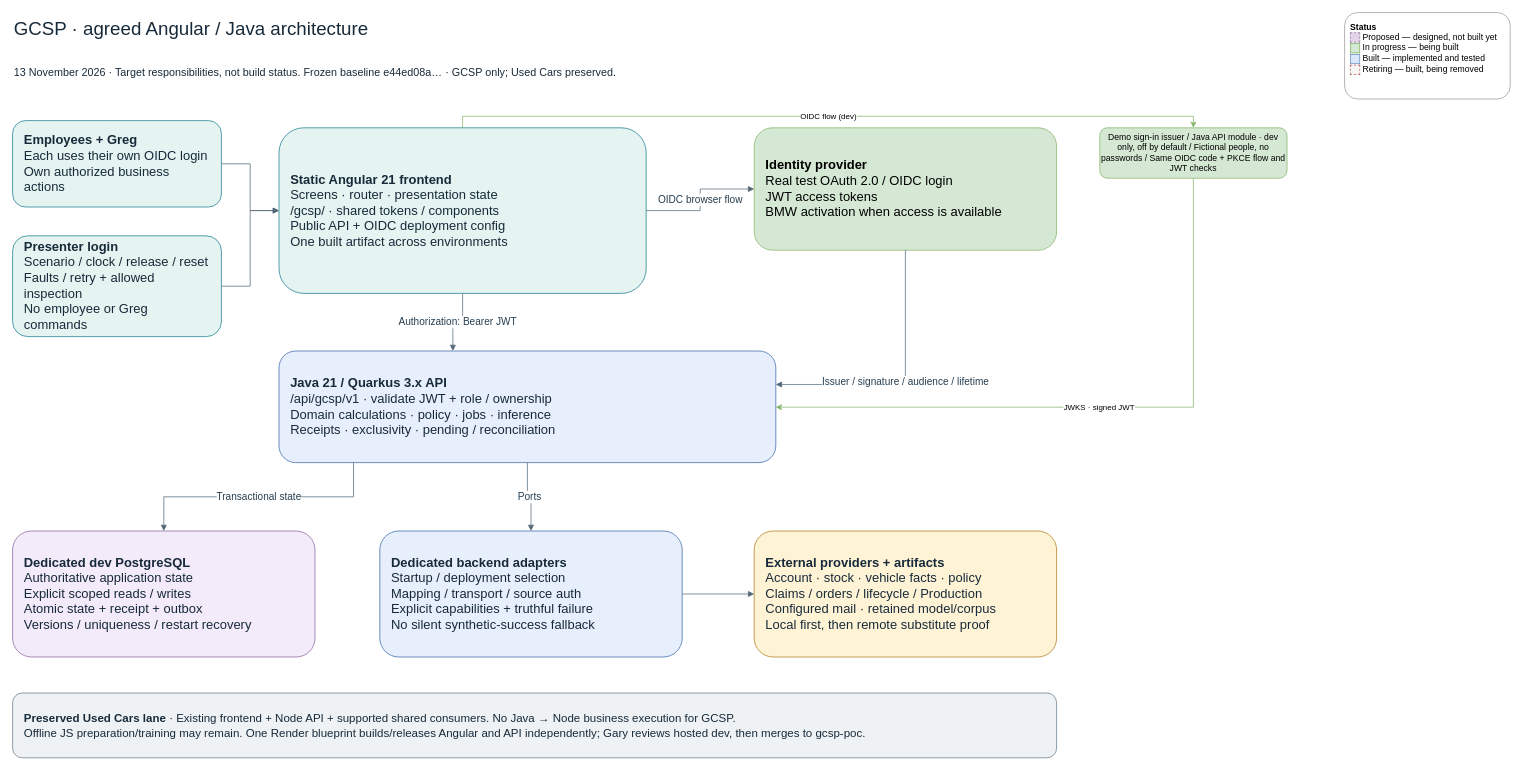
Above: page "00 GCSP architecture" (1 of 15) of docs/design/high-level-design.drawio in garyscarter-ibm/vehicle-matcher (draw.io), before the change. Source tidied: cells renumbered, new cells numbered last; positions are measured from the earlier drawing's top-left corner, leaving out a move shared by most shapes. Both pictures are drawn from the tidied source at 72%, with x=0, y=0 at pixel (12, 12).
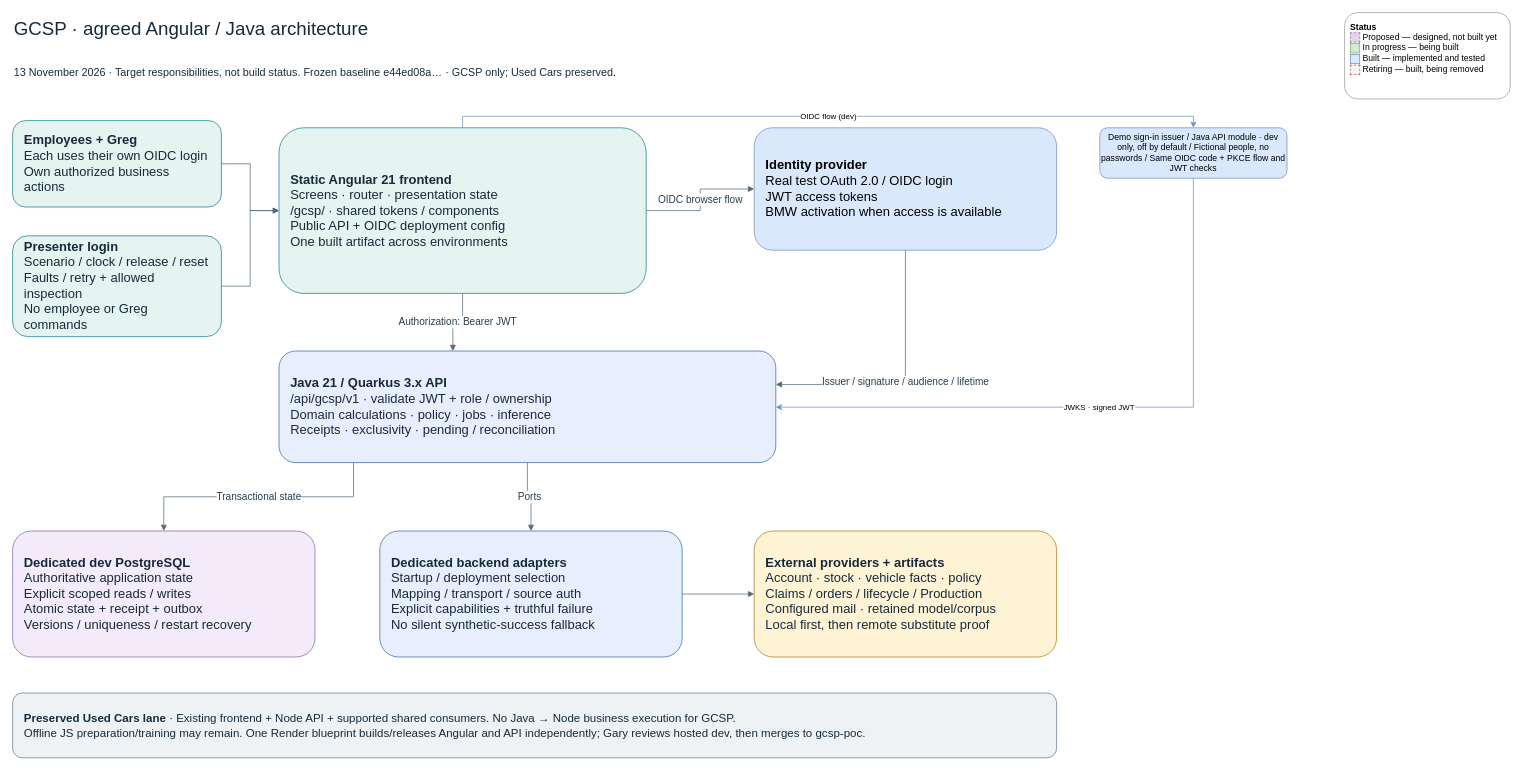
Above is the later version.

Commit message:
design: demo-sign-in built (FUCQ-532)

The change refers to these unchanged cells:
```xml
<mxCell id="6" value="&lt;b&gt;Static Angular 21 frontend&lt;/b&gt;&lt;br&gt;Screens · router · presentation state&lt;br&gt;/gcsp/ · shared tokens / components&lt;br&gt;Public API + OIDC deployment config&lt;br&gt;One built artifact across environments" style="rounded=1;whiteSpace=wrap;html=1;fillColor=#e5f3f1;strokeColor=#167d8d;fontColor=#172a3a;align=left;verticalAlign=middle;spacing=16;fontSize=18;" parent="1" vertex="1">
  <mxGeometry x="370" y="160" width="510" height="230" as="geometry" />
</mxCell>
<mxCell id="8" value="&lt;b&gt;Java 21 / Quarkus 3.x API&lt;/b&gt;&lt;br&gt;/api/gcsp/v1 · validate JWT + role / ownership&lt;br&gt;Domain calculations · policy · jobs · inference&lt;br&gt;Receipts · exclusivity · pending / reconciliation" style="rounded=1;whiteSpace=wrap;html=1;fillColor=#e8effc;strokeColor=#3366a6;fontColor=#172a3a;align=left;verticalAlign=middle;spacing=16;fontSize=18;" parent="1" vertex="1">
  <mxGeometry x="370" y="470" width="690" height="155" as="geometry" />
</mxCell>
```

The edit, as a diff of the source:
```diff
@@
-    <mxCell id="7" value="&lt;b&gt;Identity provider&lt;/b&gt;&lt;br&gt;Real test OAuth 2.0 / OIDC login&lt;br&gt;JWT access tokens&lt;br&gt;BMW activation when access is available" style="rounded=1;whiteSpace=wrap;html=1;fillColor=#d5e8d4;strokeColor=#82b366;align=left;verticalAlign=middle;spacing=16;fontSize=18;" parent="1" vertex="1">
+    <mxCell id="7" value="&lt;b&gt;Identity provider&lt;/b&gt;&lt;br&gt;Real test OAuth 2.0 / OIDC login&lt;br&gt;JWT access tokens&lt;br&gt;BMW activation when access is available" style="rounded=1;whiteSpace=wrap;html=1;fillColor=#dae8fc;strokeColor=#6c8ebf;align=left;verticalAlign=middle;spacing=16;fontSize=18;" parent="1" vertex="1">
       <mxGeometry x="1030" y="160" width="420" height="170" as="geometry" />
     </mxCell>
@@
-    <mxCell id="21" value="Demo sign-in issuer / Java API module · dev only, off by default / Fictional people, no passwords / Same OIDC code + PKCE flow and JWT checks" style="rounded=1;whiteSpace=wrap;html=1;strokeColor=#82b366;fillColor=#d5e8d4;" parent="1" vertex="1">
+    <mxCell id="21" value="Demo sign-in issuer / Java API module · dev only, off by default / Fictional people, no passwords / Same OIDC code + PKCE flow and JWT checks" style="rounded=1;whiteSpace=wrap;html=1;strokeColor=#6c8ebf;fillColor=#dae8fc;" parent="1" vertex="1">
       <mxGeometry x="1510" y="160" width="260" height="70" as="geometry" />
     </mxCell>
-    <mxCell id="22" value="OIDC flow (dev)" style="edgeStyle=orthogonalEdgeStyle;rounded=0;jettySize=auto;html=1;libavoidRouting=1;strokeColor=#82b366;" parent="1" edge="1" source="6" target="21">
+    <mxCell id="22" value="OIDC flow (dev)" style="edgeStyle=orthogonalEdgeStyle;rounded=0;jettySize=auto;html=1;libavoidRouting=1;strokeColor=#6c8ebf;" parent="1" edge="1" source="6" target="21">
       <mxGeometry relative="1" as="geometry">
         <Array as="points">
           <mxPoint x="625" y="144" />
           <mxPoint x="1640" y="144" />
         </Array>
       </mxGeometry>
     </mxCell>
-    <mxCell id="23" value="JWKS · signed JWT" style="edgeStyle=orthogonalEdgeStyle;rounded=0;jettySize=auto;html=1;libavoidRouting=1;strokeColor=#82b366;" parent="1" edge="1" source="21" target="8">
+    <mxCell id="23" value="JWKS · signed JWT" style="edgeStyle=orthogonalEdgeStyle;rounded=0;jettySize=auto;html=1;libavoidRouting=1;strokeColor=#6c8ebf;" parent="1" edge="1" source="21" target="8">
       <mxGeometry relative="1" as="geometry">
         <Array as="points">
           <mxPoint x="1640" y="548" />
         </Array>
       </mxGeometry>
     </mxCell>
```
